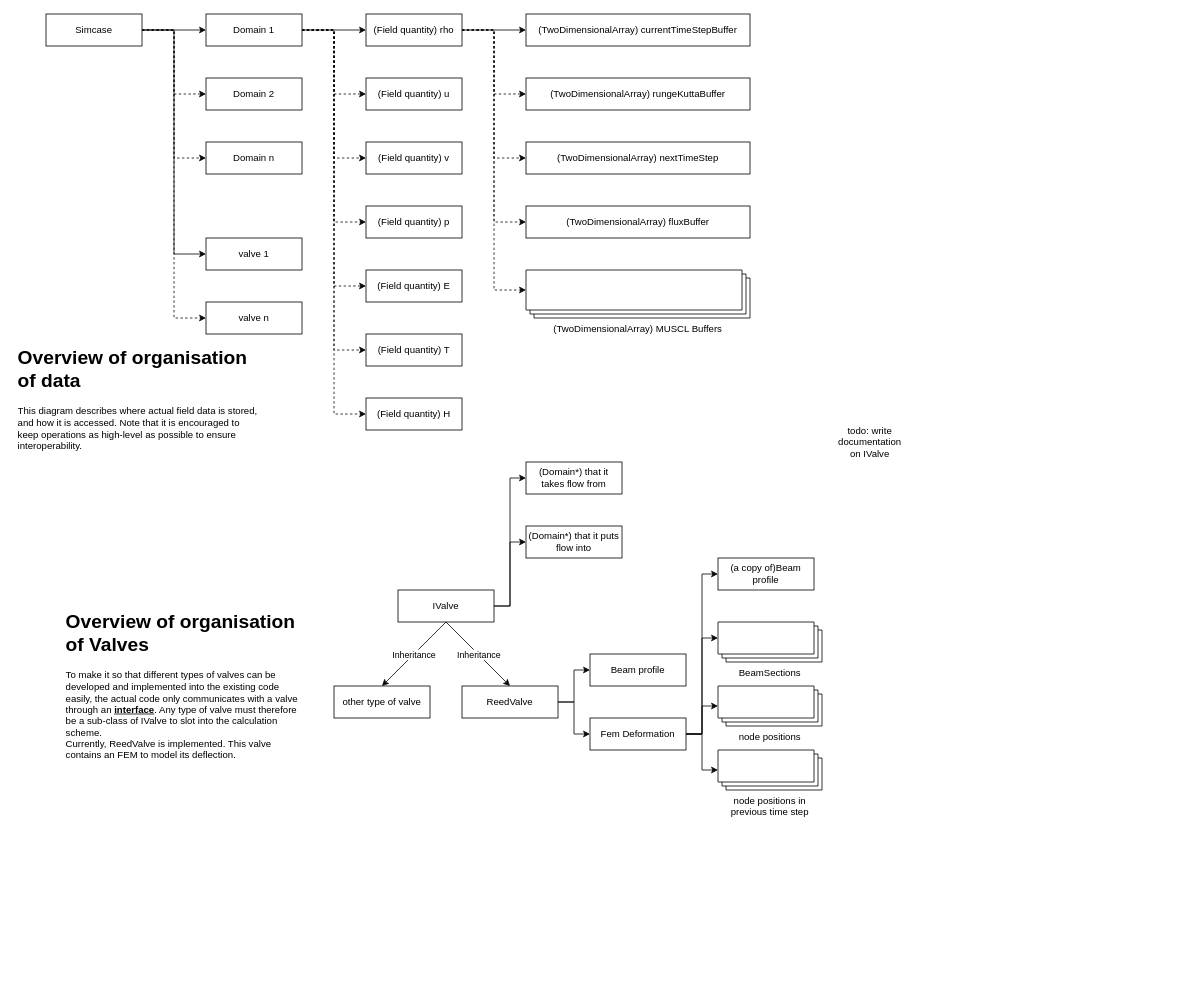
Above: page "Page-2" (2 of 4) of documentation/air_breathing_layout.drawio in Aidavdw/komurasaki_air_breathing (draw.io), before the change. Source tidied: cells renumbered, new cells numbered last; positions are measured from the earlier drawing's top-left corner, leaving out a move shared by most shapes. Both pictures are drawn from the tidied source at 80%, with x=0, y=0 at pixel (14, 14).
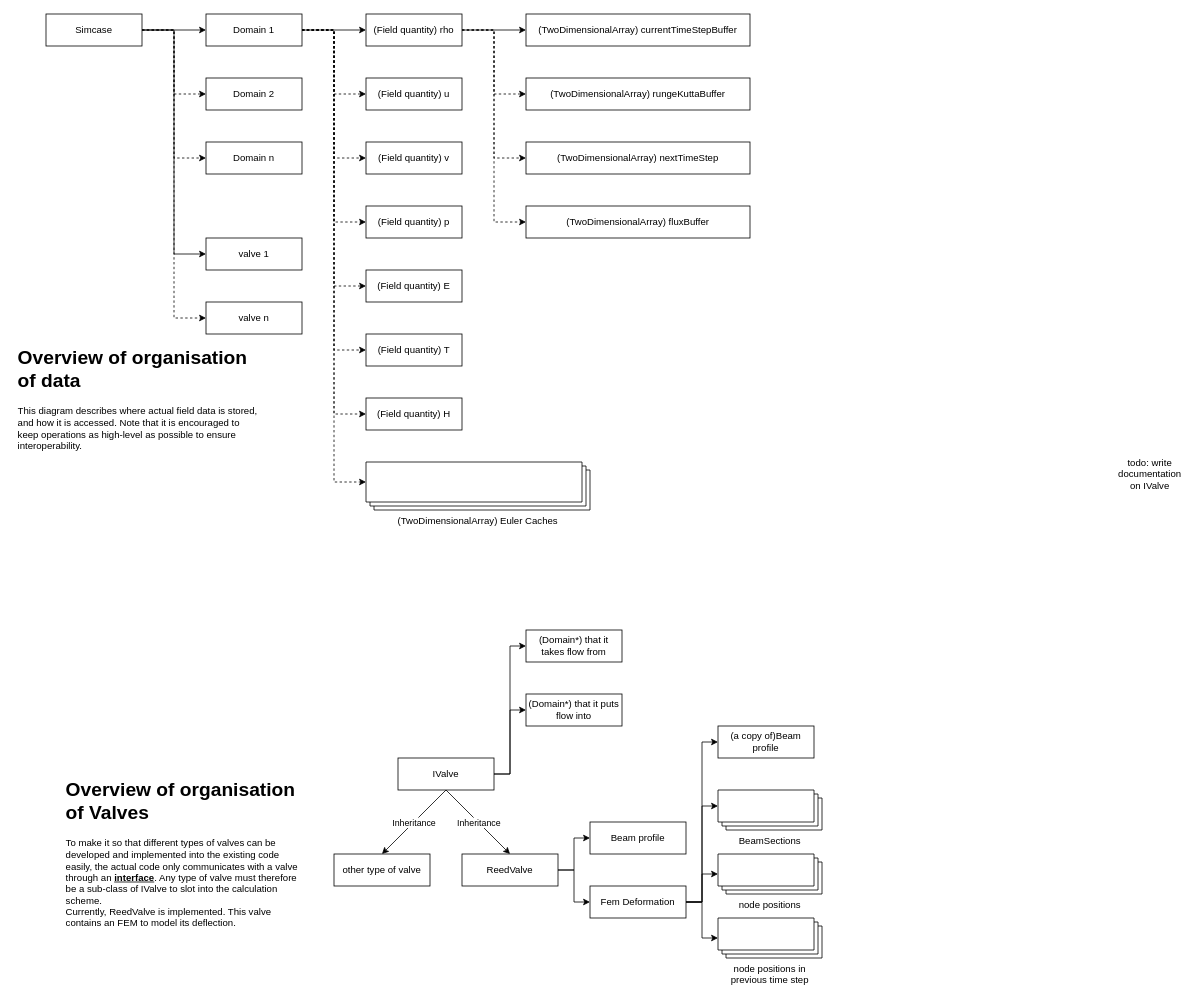
Above is the later version.

The change refers to these unchanged cells:
```xml
<mxCell id="15" value="Domain 1" style="rounded=0;whiteSpace=wrap;html=1;" parent="1" vertex="1">
  <mxGeometry x="240" width="120" height="40" as="geometry" />
</mxCell>
<mxCell id="23" value="(Field quantity) rho" style="rounded=0;whiteSpace=wrap;html=1;" parent="1" vertex="1">
  <mxGeometry x="440" width="120" height="40" as="geometry" />
</mxCell>
```

What changed in the source:
```diff
@@
-    <mxCell id="22" style="edgeStyle=orthogonalEdgeStyle;rounded=0;jettySize=auto;html=1;entryX=0;entryY=0;entryDx=0;entryDy=25;entryPerimeter=0;dashed=1;" parent="1" edge="1" source="23" target="34">
+    <mxCell id="22" style="edgeStyle=orthogonalEdgeStyle;rounded=0;jettySize=auto;html=1;entryX=0;entryY=0;entryDx=0;entryDy=25;entryPerimeter=0;dashed=1;" parent="1" edge="1" source="15" target="34">
       <mxGeometry relative="1" as="geometry" />
     </mxCell>
@@
-    <mxCell id="34" value="(TwoDimensionalArray) MUSCL Buffers" style="verticalLabelPosition=bottom;verticalAlign=top;html=1;shape=mxgraph.basic.layered_rect;dx=10;outlineConnect=0;whiteSpace=wrap;" parent="1" vertex="1">
-      <mxGeometry x="640" y="320" width="280" height="60" as="geometry" />
+    <mxCell id="34" value="(TwoDimensionalArray) Euler Caches" style="verticalLabelPosition=bottom;verticalAlign=top;html=1;shape=mxgraph.basic.layered_rect;dx=10;outlineConnect=0;whiteSpace=wrap;" parent="1" vertex="1">
+      <mxGeometry x="440" y="560" width="280" height="60" as="geometry" />
     </mxCell>
@@
     <mxCell id="39" value="IValve" style="rounded=0;whiteSpace=wrap;html=1;" parent="1" vertex="1">
-      <mxGeometry x="480" y="720" width="120" height="40" as="geometry" />
+      <mxGeometry x="480" y="930" width="120" height="40" as="geometry" />
     </mxCell>
@@
     <mxCell id="43" value="ReedValve" style="rounded=0;whiteSpace=wrap;html=1;" parent="1" vertex="1">
-      <mxGeometry x="560" y="840" width="120" height="40" as="geometry" />
+      <mxGeometry x="560" y="1050" width="120" height="40" as="geometry" />
     </mxCell>
     <mxCell id="44" value="other type of valve" style="rounded=0;whiteSpace=wrap;html=1;" parent="1" vertex="1">
-      <mxGeometry x="400" y="840" width="120" height="40" as="geometry" />
+      <mxGeometry x="400" y="1050" width="120" height="40" as="geometry" />
     </mxCell>
@@
     <mxCell id="49" value="(Domain*) that it takes flow from" style="rounded=0;whiteSpace=wrap;html=1;" parent="1" vertex="1">
-      <mxGeometry x="640" y="560" width="120" height="40" as="geometry" />
+      <mxGeometry x="640" y="770" width="120" height="40" as="geometry" />
     </mxCell>
     <mxCell id="50" value="(Domain*) that it puts flow into" style="rounded=0;whiteSpace=wrap;html=1;" parent="1" vertex="1">
-      <mxGeometry x="640" y="640" width="120" height="40" as="geometry" />
+      <mxGeometry x="640" y="850" width="120" height="40" as="geometry" />
     </mxCell>
     <mxCell id="51" value="Beam profile" style="rounded=0;whiteSpace=wrap;html=1;" parent="1" vertex="1">
-      <mxGeometry x="720" y="800" width="120" height="40" as="geometry" />
+      <mxGeometry x="720" y="1010" width="120" height="40" as="geometry" />
     </mxCell>
@@
     <mxCell id="56" value="Fem Deformation" style="rounded=0;whiteSpace=wrap;html=1;" parent="1" vertex="1">
-      <mxGeometry x="720" y="880" width="120" height="40" as="geometry" />
+      <mxGeometry x="720" y="1090" width="120" height="40" as="geometry" />
     </mxCell>
     <mxCell id="57" value="BeamSections" style="verticalLabelPosition=bottom;verticalAlign=top;html=1;shape=mxgraph.basic.layered_rect;dx=10;outlineConnect=0;whiteSpace=wrap;" parent="1" vertex="1">
-      <mxGeometry x="880" y="760" width="130" height="50" as="geometry" />
+      <mxGeometry x="880" y="970" width="130" height="50" as="geometry" />
     </mxCell>
     <mxCell id="58" value="node positions" style="verticalLabelPosition=bottom;verticalAlign=top;html=1;shape=mxgraph.basic.layered_rect;dx=10;outlineConnect=0;whiteSpace=wrap;" parent="1" vertex="1">
-      <mxGeometry x="880" y="840" width="130" height="50" as="geometry" />
+      <mxGeometry x="880" y="1050" width="130" height="50" as="geometry" />
     </mxCell>
     <mxCell id="59" value="node positions in previous time step" style="verticalLabelPosition=bottom;verticalAlign=top;html=1;shape=mxgraph.basic.layered_rect;dx=10;outlineConnect=0;whiteSpace=wrap;" parent="1" vertex="1">
-      <mxGeometry x="880" y="920" width="130" height="50" as="geometry" />
+      <mxGeometry x="880" y="1130" width="130" height="50" as="geometry" />
     </mxCell>
     <mxCell id="60" value="(a copy of)Beam profile" style="rounded=0;whiteSpace=wrap;html=1;" parent="1" vertex="1">
-      <mxGeometry x="880" y="680" width="120" height="40" as="geometry" />
+      <mxGeometry x="880" y="890" width="120" height="40" as="geometry" />
     </mxCell>
     <mxCell id="61" value="&lt;h1&gt;Overview of organisation of Valves&lt;/h1&gt;&lt;p&gt;To make it so that different types of valves can be developed and implemented into the existing code easily, the actual code only communicates with a valve through an &lt;b&gt;&lt;u&gt;interface&lt;/u&gt;&lt;/b&gt;. Any type of valve must therefore be a sub-class of IValve to slot into the calculation scheme.&lt;br&gt;Currently, ReedValve is implemented. This valve contains an FEM to model its deflection.&lt;/p&gt;" style="text;html=1;strokeColor=none;fillColor=none;spacing=5;spacingTop=-20;whiteSpace=wrap;overflow=hidden;rounded=0;" parent="1" vertex="1">
-      <mxGeometry x="60" y="740" width="310" height="200" as="geometry" />
+      <mxGeometry x="60" y="950" width="310" height="200" as="geometry" />
     </mxCell>
     <mxCell id="62" value="todo: write documentation on IValve" style="text;html=1;strokeColor=none;fillColor=none;align=center;verticalAlign=middle;whiteSpace=wrap;rounded=0;" parent="1" vertex="1">
-      <mxGeometry x="1040" y="520" width="60" height="30" as="geometry" />
+      <mxGeometry x="1390" y="560" width="60" height="30" as="geometry" />
     </mxCell>
```
